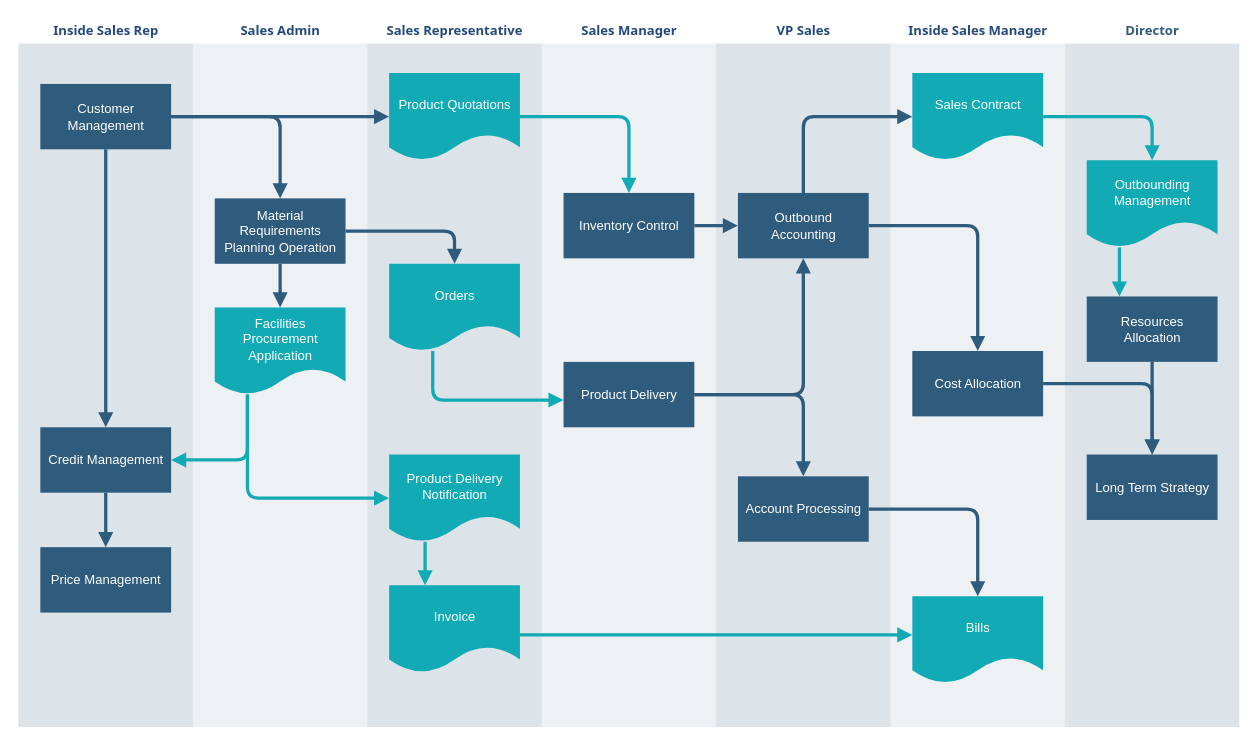
This is diagrammen/2025-05-10 Opdracht 2 IST Swimlane.drawio from LeroyGerrits/zuyd, a draw.io file, before an edit. Source tidied: cells renumbered, new cells numbered last; positions are measured from the earlier drawing's top-left corner, leaving out a move shared by most shapes. Both pictures are drawn from the tidied source at 109%, with x=0, y=0 at pixel (17, 17).
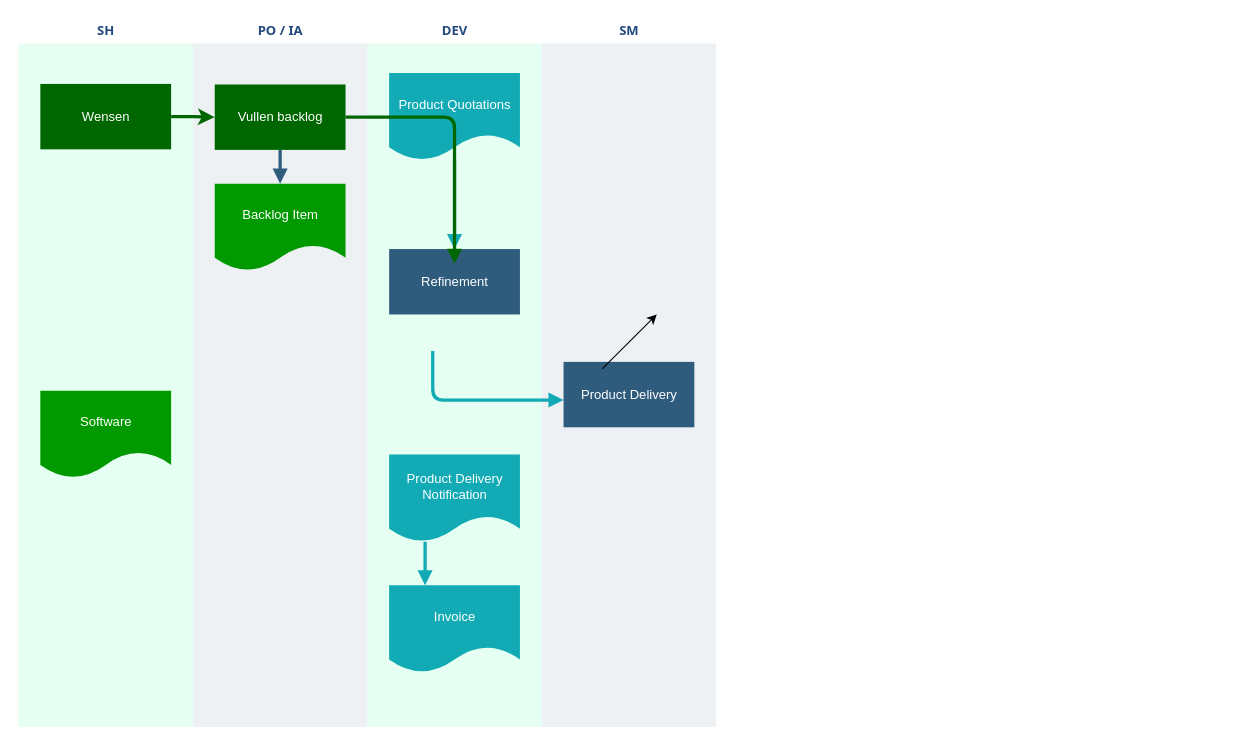
The same page after the edit.

The change refers to these unchanged cells:
```xml
<mxCell id="20" value="Product Quotations" style="shape=document;whiteSpace=wrap;verticalAlign=middle;strokeColor=none;fillColor=#12aab5;shadow=0;fontColor=#FFFFFF;fontFamily=Helvetica;fontStyle=0;html=1;fontSize=12;spacing=6;spacingBottom=22;" parent="19" vertex="1">
  <mxGeometry x="20" y="50" width="120" height="80" as="geometry" />
</mxCell>
<mxCell id="22" value="Product Delivery Notification" style="shape=document;whiteSpace=wrap;strokeColor=none;fillColor=#12aab5;shadow=0;fontColor=#FFFFFF;fontFamily=Helvetica;fontStyle=0;html=1;fontSize=12;verticalAlign=middle;spacing=6;spacingBottom=22;" parent="19" vertex="1">
  <mxGeometry x="20" y="400" width="120" height="80" as="geometry" />
</mxCell>
<mxCell id="23" value="Invoice" style="shape=document;whiteSpace=wrap;verticalAlign=middle;strokeColor=none;fillColor=#12aab5;shadow=0;fontColor=#FFFFFF;fontFamily=Helvetica;fontStyle=0;html=1;fontSize=12;spacing=6;spacingBottom=22;" parent="19" vertex="1">
  <mxGeometry x="20" y="520" width="120" height="80" as="geometry" />
</mxCell>
<mxCell id="27" value="Product Delivery" style="whiteSpace=wrap;strokeColor=none;fillColor=#2f5b7c;shadow=0;fontColor=#FFFFFF;fontFamily=Helvetica;fontStyle=0;html=1;fontSize=12;spacing=6;verticalAlign=middle;" parent="25" vertex="1">
  <mxGeometry x="20" y="315" width="120" height="60" as="geometry" />
</mxCell>
```

What changed in the source:
```diff
@@
-    <mxCell id="2" value="&lt;font color=&quot;#23497d&quot;&gt;Inside Sales Rep&lt;/font&gt;" style="swimlane;whiteSpace=wrap;fillColor=none;swimlaneFillColor=#BAC8D3;fontColor=#2F5B7C;fontFamily=Tahoma;html=1;strokeColor=none;opacity=50;" parent="1" vertex="1">
+    <mxCell id="2" value="&lt;font color=&quot;#23497d&quot;&gt;SH&lt;/font&gt;" style="swimlane;whiteSpace=wrap;fillColor=none;swimlaneFillColor=#CCFFE6;fontColor=#2F5B7C;fontFamily=Tahoma;html=1;strokeColor=none;opacity=50;" parent="1" vertex="1">
       <mxGeometry x="0.5" y="0.5" width="160" height="650" as="geometry" />
     </mxCell>
-    <mxCell id="3" value="Customer Management" style="whiteSpace=wrap;shadow=0;fontColor=#FFFFFF;fontFamily=Helvetica;fontStyle=0;html=1;fontSize=12;plain-purple;strokeColor=none;fillColor=#2f5b7c;gradientColor=none;spacing=6;verticalAlign=middle;" parent="2" vertex="1">
+    <mxCell id="3" value="Wensen" style="whiteSpace=wrap;shadow=0;fontColor=#FFFFFF;fontFamily=Helvetica;fontStyle=0;html=1;fontSize=12;plain-purple;strokeColor=none;fillColor=#006600;gradientColor=none;spacing=6;verticalAlign=middle;" parent="2" vertex="1">
       <mxGeometry x="20" y="60" width="120" height="60" as="geometry" />
     </mxCell>
-    <mxCell id="4" value="Credit Management" style="whiteSpace=wrap;strokeColor=none;fillColor=#2f5b7c;shadow=0;fontColor=#FFFFFF;fontFamily=Helvetica;fontStyle=0;html=1;fontSize=12;spacing=6;verticalAlign=middle;" parent="2" vertex="1">
-      <mxGeometry x="20" y="375" width="120" height="60" as="geometry" />
-    </mxCell>
-    <mxCell id="5" value="Price Management" style="whiteSpace=wrap;strokeColor=none;fillColor=#2f5b7c;shadow=0;fontColor=#FFFFFF;fontFamily=Helvetica;fontStyle=0;html=1;fontSize=12;spacing=6;verticalAlign=middle;" parent="2" vertex="1">
-      <mxGeometry x="20" y="485" width="120" height="60" as="geometry" />
-    </mxCell>
-    <mxCell id="6" style="edgeStyle=segmentEdgeStyle;strokeColor=#2F5B7C;strokeWidth=3;html=1;endArrow=block;endFill=1;" parent="2" edge="1" source="4" target="5">
-      <mxGeometry relative="1" as="geometry" />
-    </mxCell>
-    <mxCell id="7" style="edgeStyle=segmentEdgeStyle;strokeColor=#2F5B7C;strokeWidth=3;html=1;endArrow=block;endFill=1;" parent="2" edge="1" source="3" target="4">
-      <mxGeometry relative="1" as="geometry" />
-    </mxCell>
-    <mxCell id="8" value="&lt;font color=&quot;#23497d&quot;&gt;Inside Sales Manager&lt;/font&gt;" style="swimlane;whiteSpace=wrap;fillColor=none;swimlaneFillColor=#BAC8D3;fontColor=#2F5B7C;fontFamily=Tahoma;html=1;strokeColor=none;opacity=25;" parent="1" vertex="1">
-      <mxGeometry x="800.5" y="0.5" width="160" height="650" as="geometry" />
-    </mxCell>
-    <mxCell id="9" value="Sales Contract" style="shape=document;whiteSpace=wrap;verticalAlign=middle;strokeColor=none;fillColor=#12aab5;shadow=0;fontColor=#FFFFFF;fontFamily=Helvetica;fontStyle=0;html=1;fontSize=12;spacing=6;spacingBottom=22;" parent="8" vertex="1">
-      <mxGeometry x="20" y="50" width="120" height="80" as="geometry" />
-    </mxCell>
-    <mxCell id="10" value="Bills" style="shape=document;whiteSpace=wrap;verticalAlign=middle;strokeColor=none;fillColor=#12aab5;shadow=0;fontColor=#FFFFFF;fontFamily=Helvetica;fontStyle=0;html=1;fontSize=12;spacing=6;spacingBottom=22;" parent="8" vertex="1">
-      <mxGeometry x="20" y="530" width="120" height="80" as="geometry" />
-    </mxCell>
-    <mxCell id="11" value="Cost Allocation" style="whiteSpace=wrap;strokeColor=none;fillColor=#2f5b7c;shadow=0;fontColor=#FFFFFF;fontFamily=Helvetica;fontStyle=0;html=1;fontSize=12;spacing=6;verticalAlign=middle;" parent="8" vertex="1">
-      <mxGeometry x="20" y="305" width="120" height="60" as="geometry" />
-    </mxCell>
-    <mxCell id="12" value="&lt;font color=&quot;#23497d&quot;&gt;VP Sales&lt;/font&gt;" style="swimlane;whiteSpace=wrap;fillColor=none;swimlaneFillColor=#BAC8D3;fontColor=#2F5B7C;fontFamily=Tahoma;html=1;strokeColor=none;opacity=50;" parent="1" vertex="1">
-      <mxGeometry x="640.5" y="0.5" width="160" height="650" as="geometry" />
-    </mxCell>
-    <mxCell id="13" value="Outbound Accounting" style="whiteSpace=wrap;fillColor=#2f5b7c;strokeColor=none;shadow=0;fontColor=#FFFFFF;fontFamily=Helvetica;fontStyle=0;html=1;fontSize=12;spacing=6;verticalAlign=middle;" parent="12" vertex="1">
-      <mxGeometry x="20" y="160" width="120" height="60" as="geometry" />
-    </mxCell>
-    <mxCell id="14" value="Account Processing" style="whiteSpace=wrap;strokeColor=none;fillColor=#2f5b7c;shadow=0;fontColor=#FFFFFF;fontFamily=Helvetica;fontStyle=0;html=1;fontSize=12;spacing=6;verticalAlign=middle;" parent="12" vertex="1">
-      <mxGeometry x="20" y="420" width="120" height="60" as="geometry" />
-    </mxCell>
+    <mxCell id="50" value="Software" style="shape=document;whiteSpace=wrap;verticalAlign=middle;strokeColor=none;fillColor=#009900;shadow=0;fontColor=#FFFFFF;fontFamily=Helvetica;fontStyle=0;html=1;fontSize=12;spacing=6;spacingBottom=22;" parent="2" vertex="1">
+      <mxGeometry x="20" y="341.5" width="120" height="80" as="geometry" />
+    </mxCell>
-    <mxCell id="15" value="&lt;font color=&quot;#23497d&quot;&gt;Sales Admin&lt;/font&gt;" style="swimlane;whiteSpace=wrap;fillColor=none;swimlaneFillColor=#BAC8D3;fontColor=#2F5B7C;fontFamily=Tahoma;html=1;strokeColor=none;opacity=25;" parent="1" vertex="1">
+    <mxCell id="15" value="&lt;font color=&quot;#23497d&quot;&gt;PO / IA&lt;/font&gt;" style="swimlane;whiteSpace=wrap;fillColor=none;swimlaneFillColor=#BAC8D3;fontColor=#2F5B7C;fontFamily=Tahoma;html=1;strokeColor=none;opacity=25;" parent="1" vertex="1">
       <mxGeometry x="160.5" y="0.5" width="160" height="650" as="geometry" />
     </mxCell>
-    <mxCell id="16" value="Material Requirements Planning Operation" style="whiteSpace=wrap;shadow=0;fontColor=#FFFFFF;fontFamily=Helvetica;fontStyle=0;html=1;fontSize=12;plain-purple;strokeColor=none;fillColor=#2f5b7c;gradientColor=none;spacing=6;verticalAlign=middle;" parent="15" vertex="1">
-      <mxGeometry x="20" y="165" width="120" height="60" as="geometry" />
+    <mxCell id="16" value="Vullen backlog" style="whiteSpace=wrap;shadow=0;fontColor=#FFFFFF;fontFamily=Helvetica;fontStyle=0;html=1;fontSize=12;plain-purple;strokeColor=none;fillColor=#006600;gradientColor=none;spacing=6;verticalAlign=middle;" parent="15" vertex="1">
+      <mxGeometry x="20" y="60.5" width="120" height="60" as="geometry" />
     </mxCell>
-    <mxCell id="17" value="&lt;font color=&quot;#ffffff&quot;&gt;Facilities Procurement&lt;br&gt;Application&lt;/font&gt;&lt;br&gt; " style="shape=document;whiteSpace=wrap;verticalAlign=middle;strokeColor=none;fillColor=#12aab5;shadow=0;fontColor=#FFFFFF;fontFamily=Helvetica;fontStyle=0;html=1;fontSize=12;spacing=6;spacingBottom=22;" parent="15" vertex="1">
-      <mxGeometry x="20" y="265" width="120" height="80" as="geometry" />
+    <mxCell id="17" value="Backlog Item" style="shape=document;whiteSpace=wrap;verticalAlign=middle;strokeColor=none;fillColor=#009900;shadow=0;fontColor=#FFFFFF;fontFamily=Helvetica;fontStyle=0;html=1;fontSize=12;spacing=6;spacingBottom=22;" parent="15" vertex="1">
+      <mxGeometry x="20" y="151.5" width="120" height="80" as="geometry" />
     </mxCell>
@@
-    <mxCell id="19" value="&lt;font color=&quot;#23497d&quot;&gt;Sales Representative&lt;/font&gt;" style="swimlane;whiteSpace=wrap;fillColor=none;swimlaneFillColor=#BAC8D3;fontColor=#2F5B7C;fontFamily=Tahoma;html=1;strokeColor=none;opacity=50;" parent="1" vertex="1">
+    <mxCell id="19" value="&lt;font color=&quot;#23497d&quot;&gt;DEV&lt;/font&gt;" style="swimlane;whiteSpace=wrap;fillColor=none;swimlaneFillColor=#CCFFE6;fontColor=#2F5B7C;fontFamily=Tahoma;html=1;strokeColor=none;opacity=50;" parent="1" vertex="1">
       <mxGeometry x="320.5" y="0.5" width="160" height="650" as="geometry" />
     </mxCell>
@@
-    <mxCell id="21" value="Orders" style="shape=document;whiteSpace=wrap;verticalAlign=middle;strokeColor=none;fillColor=#12aab5;shadow=0;fontColor=#FFFFFF;fontFamily=Helvetica;fontStyle=0;html=1;fontSize=12;spacing=6;spacingBottom=22;" parent="19" vertex="1">
-      <mxGeometry x="20" y="225" width="120" height="80" as="geometry" />
-    </mxCell>
@@
+    <mxCell id="26" value="Refinement" style="whiteSpace=wrap;strokeColor=none;fillColor=#2f5b7c;shadow=0;fontColor=#FFFFFF;fontFamily=Helvetica;fontStyle=0;html=1;fontSize=12;spacing=6;verticalAlign=middle;" parent="19" vertex="1">
+      <mxGeometry x="20" y="211.5" width="120" height="60" as="geometry" />
+    </mxCell>
+    <mxCell id="40" style="edgeStyle=segmentEdgeStyle;strokeColor=#12AAB5;strokeWidth=3;html=1;endArrow=block;endFill=1;" parent="19" edge="1" source="20" target="26">
+      <mxGeometry x="140" y="90" as="geometry" />
+    </mxCell>
-    <mxCell id="25" value="&lt;font color=&quot;#23497d&quot;&gt;Sales Manager&lt;/font&gt;" style="swimlane;whiteSpace=wrap;fillColor=none;swimlaneFillColor=#BAC8D3;fontColor=#2F5B7C;fontFamily=Tahoma;html=1;strokeColor=none;opacity=25;" parent="1" vertex="1">
+    <mxCell id="25" value="&lt;font color=&quot;#23497d&quot;&gt;SM&lt;/font&gt;" style="swimlane;whiteSpace=wrap;fillColor=none;swimlaneFillColor=#BAC8D3;fontColor=#2F5B7C;fontFamily=Tahoma;html=1;strokeColor=none;opacity=25;" parent="1" vertex="1">
       <mxGeometry x="480.5" y="0.5" width="160" height="650" as="geometry" />
     </mxCell>
-    <mxCell id="26" value="Inventory Control" style="whiteSpace=wrap;strokeColor=none;fillColor=#2f5b7c;shadow=0;fontColor=#FFFFFF;fontFamily=Helvetica;fontStyle=0;html=1;fontSize=12;spacing=6;verticalAlign=middle;" parent="25" vertex="1">
-      <mxGeometry x="20" y="160" width="120" height="60" as="geometry" />
-    </mxCell>
@@
-    <mxCell id="28" value="Director" style="swimlane;whiteSpace=wrap;fillColor=none;swimlaneFillColor=#BAC8D3;fontColor=#2F5B7C;fontFamily=Tahoma;html=1;strokeColor=none;opacity=50;" parent="1" vertex="1">
-      <mxGeometry x="960.5" y="0.5" width="160" height="650" as="geometry" />
-    </mxCell>
-    <mxCell id="29" value="Outbounding Management" style="shape=document;whiteSpace=wrap;verticalAlign=middle;strokeColor=none;fillColor=#12aab5;shadow=0;fontColor=#FFFFFF;fontFamily=Helvetica;fontStyle=0;html=1;fontSize=12;spacing=6;spacingBottom=22;" parent="28" vertex="1">
-      <mxGeometry x="20" y="130" width="120" height="80" as="geometry" />
-    </mxCell>
-    <mxCell id="30" value="Resources Allocation" style="whiteSpace=wrap;strokeColor=none;fillColor=#2f5b7c;shadow=0;fontColor=#FFFFFF;fontFamily=Helvetica;fontStyle=0;html=1;fontSize=12;spacing=6;verticalAlign=middle;" parent="28" vertex="1">
-      <mxGeometry x="20" y="255" width="120" height="60" as="geometry" />
-    </mxCell>
-    <mxCell id="31" value="Long Term Strategy" style="whiteSpace=wrap;strokeColor=none;fillColor=#2f5b7c;shadow=0;fontColor=#FFFFFF;fontFamily=Helvetica;fontStyle=0;html=1;fontSize=12;spacing=6;verticalAlign=middle;" parent="28" vertex="1">
-      <mxGeometry x="20" y="400" width="120" height="60" as="geometry" />
-    </mxCell>
-    <mxCell id="32" style="edgeStyle=segmentEdgeStyle;strokeColor=#2F5B7C;strokeWidth=3;html=1;endArrow=block;endFill=1;" parent="28" edge="1" source="30" target="31">
-      <mxGeometry relative="1" as="geometry" />
-    </mxCell>
-    <mxCell id="33" style="edgeStyle=segmentEdgeStyle;entryX=0.25;entryY=0;strokeColor=#12AAB5;strokeWidth=3;html=1;endArrow=block;endFill=1;" parent="28" edge="1" source="29" target="30">
-      <mxGeometry relative="1" as="geometry" />
-    </mxCell>
+    <mxCell id="39" style="edgeStyle=segmentEdgeStyle;strokeColor=#006600;strokeWidth=3;html=1;endArrow=block;endFill=1;" parent="1" edge="1" source="16">
+      <mxGeometry x="324.5" y="283.5" as="geometry">
+        <mxPoint x="400.5" y="225.5" as="targetPoint" />
+      </mxGeometry>
+    </mxCell>
+    <mxCell id="42" style="edgeStyle=segmentEdgeStyle;strokeColor=#12AAB5;strokeWidth=3;html=1;endArrow=block;endFill=1;" parent="1" edge="1" target="27">
+      <mxGeometry x="404.5" y="393.5" as="geometry">
+        <mxPoint x="380.5" y="305.5" as="sourcePoint" />
+        <Array as="points">
+          <mxPoint x="380.5" y="350.5" />
+        </Array>
+      </mxGeometry>
+    </mxCell>
+    <mxCell id="51" style="endArrow=classic;html=1;rounded=0;" parent="1" edge="1">
+      <mxGeometry relative="1" as="geometry">
+        <mxPoint x="536" y="322" as="sourcePoint" />
+        <mxPoint x="586" y="272" as="targetPoint" />
+      </mxGeometry>
+    </mxCell>
-    <mxCell id="34" style="edgeStyle=segmentEdgeStyle;strokeColor=#2F5B7C;strokeWidth=3;html=1;endArrow=block;endFill=1;" parent="1" edge="1" source="3" target="16">
-      <mxGeometry x="164.5" y="178.5" as="geometry" />
+    <mxCell id="34" style="edgeStyle=orthogonalEdgeStyle;rounded=0;jettySize=auto;html=1;strokeWidth=3;strokeColor=#006600;" parent="1" edge="1" source="3" target="16">
+      <mxGeometry relative="1" as="geometry" />
     </mxCell>
-    <mxCell id="35" style="edgeStyle=segmentEdgeStyle;strokeColor=#12AAB5;strokeWidth=3;html=1;endArrow=block;endFill=1;" parent="1" edge="1" source="17" target="4">
-      <mxGeometry x="164.5" y="433.5" as="geometry">
-        <Array as="points">
-          <mxPoint x="210.5" y="405.5" />
-        </Array>
-      </mxGeometry>
-    </mxCell>
-    <mxCell id="36" style="edgeStyle=segmentEdgeStyle;strokeColor=#2F5B7C;strokeWidth=3;html=1;endArrow=block;endFill=1;" parent="1" edge="1" source="3" target="20">
-      <mxGeometry x="164.5" y="178.5" as="geometry" />
-    </mxCell>
-    <mxCell id="37" style="edgeStyle=segmentEdgeStyle;strokeColor=#12AAB5;strokeWidth=3;html=1;endArrow=block;endFill=1;" parent="1" edge="1" source="17" target="22">
-      <mxGeometry x="234.5" y="433.5" as="geometry">
-        <Array as="points">
-          <mxPoint x="210.5" y="440.5" />
-        </Array>
-      </mxGeometry>
-    </mxCell>
-    <mxCell id="38" style="edgeStyle=elbowEdgeStyle;elbow=vertical;strokeColor=#12AAB5;strokeWidth=3;html=1;endArrow=block;endFill=1;" parent="1" edge="1" source="23" target="10">
-      <mxGeometry x="484.5" y="623.5" as="geometry" />
-    </mxCell>
-    <mxCell id="39" style="edgeStyle=segmentEdgeStyle;strokeColor=#2F5B7C;strokeWidth=3;html=1;endArrow=block;endFill=1;" parent="1" edge="1" source="16" target="21">
-      <mxGeometry x="324.5" y="283.5" as="geometry" />
-    </mxCell>
-    <mxCell id="40" style="edgeStyle=segmentEdgeStyle;strokeColor=#12AAB5;strokeWidth=3;html=1;endArrow=block;endFill=1;" parent="1" edge="1" source="20" target="26">
-      <mxGeometry x="484.5" y="178.5" as="geometry" />
-    </mxCell>
-    <mxCell id="41" style="edgeStyle=none;strokeColor=#2F5B7C;strokeWidth=3;html=1;endArrow=block;endFill=1;" parent="1" edge="1" source="26" target="13">
-      <mxGeometry x="644.5" y="278.5" as="geometry" />
-    </mxCell>
-    <mxCell id="42" style="edgeStyle=segmentEdgeStyle;strokeColor=#12AAB5;strokeWidth=3;html=1;endArrow=block;endFill=1;" parent="1" edge="1" source="21" target="27">
-      <mxGeometry x="404.5" y="393.5" as="geometry">
-        <Array as="points">
-          <mxPoint x="380.5" y="350.5" />
-        </Array>
-      </mxGeometry>
-    </mxCell>
-    <mxCell id="43" style="edgeStyle=segmentEdgeStyle;strokeColor=#2F5B7C;strokeWidth=3;html=1;endArrow=block;endFill=1;" parent="1" edge="1" source="27" target="13">
-      <mxGeometry x="644.5" y="308.5" as="geometry" />
-    </mxCell>
-    <mxCell id="44" style="edgeStyle=segmentEdgeStyle;strokeColor=#2F5B7C;strokeWidth=3;html=1;endArrow=block;endFill=1;" parent="1" edge="1" source="27" target="14">
-      <mxGeometry x="644.5" y="433.5" as="geometry" />
-    </mxCell>
-    <mxCell id="45" style="edgeStyle=segmentEdgeStyle;strokeColor=#2F5B7C;strokeWidth=3;html=1;endArrow=block;endFill=1;" parent="1" edge="1" source="13" target="9">
-      <mxGeometry x="744.5" y="178.5" as="geometry">
-        <Array as="points">
-          <mxPoint x="720.5" y="90.5" />
-        </Array>
-      </mxGeometry>
-    </mxCell>
-    <mxCell id="46" style="edgeStyle=segmentEdgeStyle;strokeColor=#2F5B7C;strokeWidth=3;html=1;endArrow=block;endFill=1;" parent="1" edge="1" source="13" target="11">
-      <mxGeometry x="804.5" y="278.5" as="geometry" />
-    </mxCell>
-    <mxCell id="47" style="edgeStyle=segmentEdgeStyle;strokeColor=#2F5B7C;strokeWidth=3;html=1;endArrow=block;endFill=1;" parent="1" edge="1" source="14" target="10">
-      <mxGeometry x="804.5" y="538.5" as="geometry" />
-    </mxCell>
-    <mxCell id="48" style="edgeStyle=segmentEdgeStyle;strokeColor=#2F5B7C;strokeWidth=3;html=1;endArrow=block;endFill=1;" parent="1" edge="1" source="11" target="31">
-      <mxGeometry x="964.5" y="423.5" as="geometry" />
-    </mxCell>
-    <mxCell id="49" style="edgeStyle=segmentEdgeStyle;strokeColor=#12AAB5;strokeWidth=3;html=1;endArrow=block;endFill=1;" parent="1" edge="1" source="9" target="29">
-      <mxGeometry x="964.5" y="178.5" as="geometry" />
-    </mxCell>
```
